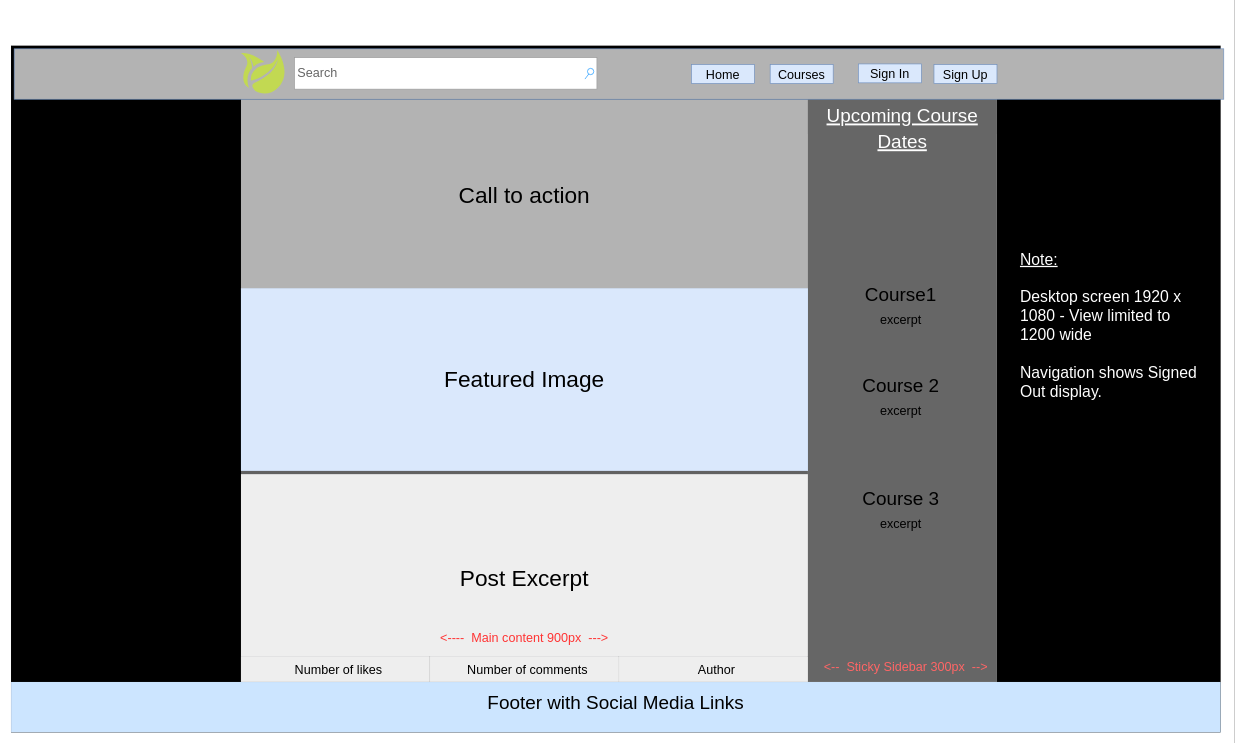
Above: design/wireframes/homepage_desktop.drawio in CheyenneMDavid/foraging-link-ui (draw.io), before the change. Source tidied: cells renumbered, new cells numbered last; positions are measured from the earlier drawing's top-left corner, leaving out a move shared by most shapes. Both pictures are drawn from the tidied source at 63%, with x=0, y=0 at pixel (11, 11).
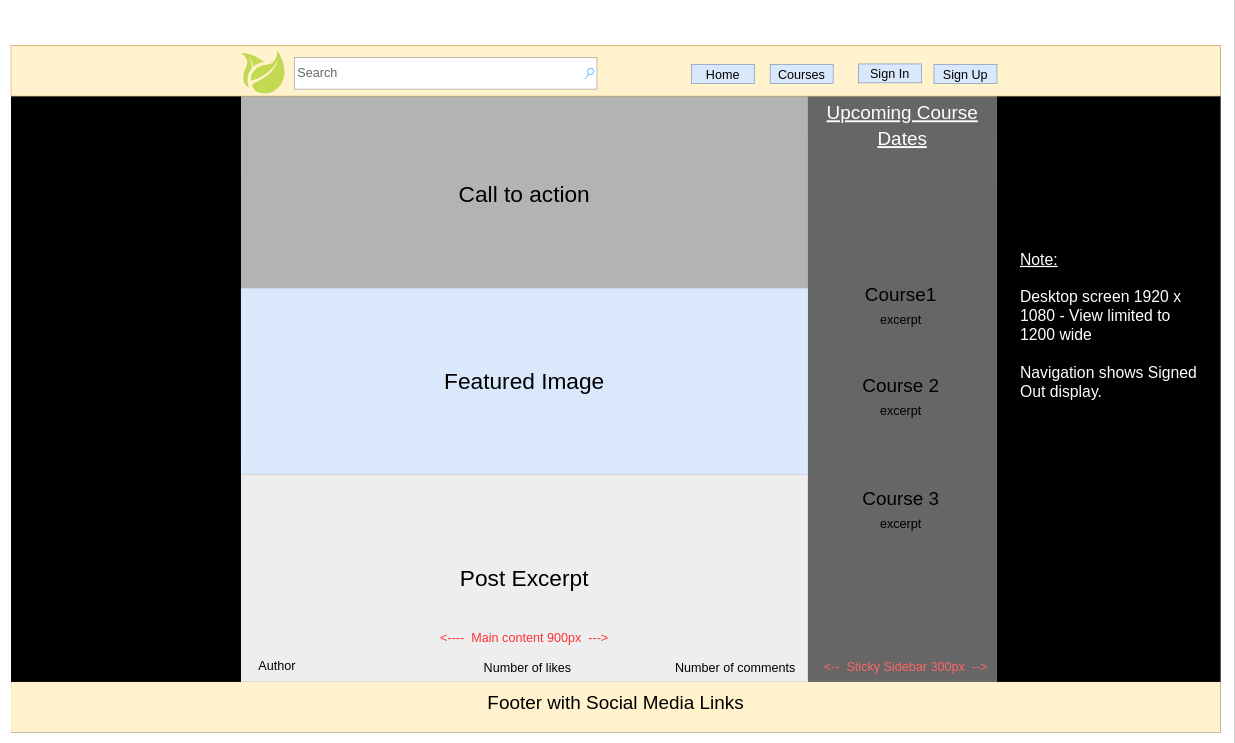
After the change.

Diff of the diagram source:
```diff
@@
-    <mxCell id="4" value="&#10;&lt;span style=&quot;color: rgb(0, 0, 0); font-family: Helvetica; font-size: 30px; font-style: normal; font-variant-ligatures: normal; font-variant-caps: normal; font-weight: 400; letter-spacing: normal; orphans: 2; text-indent: 0px; text-transform: none; widows: 2; word-spacing: 0px; -webkit-text-stroke-width: 0px; text-decoration-thickness: initial; text-decoration-style: initial; text-decoration-color: initial; float: none; display: inline !important;&quot;&gt;Footer with Social Media Links&lt;/span&gt;&#10;&#10;" style="rounded=0;whiteSpace=wrap;html=1;strokeWidth=0;align=center;verticalAlign=middle;labelPosition=center;verticalLabelPosition=middle;strokeColor=#36393d;fillColor=#cce5ff;labelBackgroundColor=none;" parent="1" vertex="1">
+    <mxCell id="4" value="&#10;&lt;span style=&quot;color: rgb(0, 0, 0); font-family: Helvetica; font-size: 30px; font-style: normal; font-variant-ligatures: normal; font-variant-caps: normal; font-weight: 400; letter-spacing: normal; orphans: 2; text-indent: 0px; text-transform: none; widows: 2; word-spacing: 0px; -webkit-text-stroke-width: 0px; text-decoration-thickness: initial; text-decoration-style: initial; text-decoration-color: initial; float: none; display: inline !important;&quot;&gt;Footer with Social Media Links&lt;/span&gt;&#10;&#10;" style="rounded=0;whiteSpace=wrap;html=1;strokeWidth=0;align=center;verticalAlign=middle;labelPosition=center;verticalLabelPosition=middle;strokeColor=#d6b656;fillColor=#fff2cc;labelBackgroundColor=none;" parent="1" vertex="1">
       <mxGeometry y="1065" width="1920" height="80" as="geometry" />
     </mxCell>
     <mxCell id="5" value="&lt;span style=&quot;font-size: 36px;&quot;&gt;&lt;font color=&quot;#000000&quot;&gt;Call to action&lt;/font&gt;&lt;/span&gt;" style="rounded=0;whiteSpace=wrap;html=1;strokeColor=default;strokeWidth=0;fontSize=20;fillColor=#B3B3B3;gradientColor=none;fontColor=#FFFFFF;" parent="1" vertex="1">
-      <mxGeometry x="365" y="140" width="900" height="305" as="geometry" />
+      <mxGeometry x="365" y="135" width="900" height="310" as="geometry" />
     </mxCell>
@@
     <mxCell id="7" value="&lt;div style=&quot;line-height: 160%;&quot;&gt;&lt;span style=&quot;background-color: initial;&quot;&gt;&lt;font style=&quot;font-size: 30px;&quot;&gt;&lt;u&gt;Upcoming Course Dates&lt;/u&gt;&lt;/font&gt;&lt;/span&gt;&lt;/div&gt;" style="rounded=0;whiteSpace=wrap;html=1;strokeColor=#FFFFFF;strokeWidth=0;fontSize=25;fillColor=#666666;verticalAlign=top;align=center;horizontal=1;gradientColor=none;fontColor=#FFFFFF;" parent="1" vertex="1">
-      <mxGeometry x="1265" y="140" width="300" height="925" as="geometry" />
+      <mxGeometry x="1265" y="135" width="300" height="930" as="geometry" />
     </mxCell>
     <mxCell id="8" value="&lt;font style=&quot;font-size: 36px;&quot;&gt;Featured Image&lt;/font&gt;" style="rounded=0;whiteSpace=wrap;html=1;strokeColor=#6c8ebf;strokeWidth=0;fillColor=#dae8fc;" parent="1" vertex="1">
-      <mxGeometry x="365" y="440" width="900" height="290" as="geometry" />
+      <mxGeometry x="365" y="440" width="900" height="295" as="geometry" />
     </mxCell>
-    <mxCell id="9" value="Author" style="rounded=0;whiteSpace=wrap;html=1;strokeColor=#36393d;strokeWidth=0;fontSize=20;fillColor=#eeeeee;align=center;spacingLeft=10;verticalAlign=middle;" parent="1" vertex="1">
-      <mxGeometry x="965" y="1025" width="300" height="40" as="geometry" />
+    <mxCell id="9" value="Author" style="rounded=0;whiteSpace=wrap;html=1;strokeColor=none;strokeWidth=0;fontSize=20;fillColor=#eeeeee;align=center;spacingLeft=10;verticalAlign=middle;" parent="1" vertex="1">
+      <mxGeometry x="370" y="1017.5" width="95" height="40" as="geometry" />
     </mxCell>
-    <mxCell id="10" value="Number of likes" style="rounded=0;whiteSpace=wrap;html=1;strokeColor=#36393d;strokeWidth=0;fontSize=20;fillColor=#eeeeee;align=center;spacingLeft=10;verticalAlign=middle;" parent="1" vertex="1">
-      <mxGeometry x="365" y="1025" width="300" height="40" as="geometry" />
+    <mxCell id="10" value="Number of likes" style="rounded=0;whiteSpace=wrap;html=1;strokeColor=none;strokeWidth=0;fontSize=20;fillColor=#eeeeee;align=center;spacingLeft=10;verticalAlign=middle;" parent="1" vertex="1">
+      <mxGeometry x="665" y="1021" width="300" height="40" as="geometry" />
     </mxCell>
-    <mxCell id="11" value="Number of comments" style="rounded=0;whiteSpace=wrap;html=1;strokeColor=#36393d;strokeWidth=0;fontSize=20;fillColor=#eeeeee;align=center;spacingLeft=10;verticalAlign=middle;" parent="1" vertex="1">
-      <mxGeometry x="665" y="1025" width="300" height="40" as="geometry" />
+    <mxCell id="11" value="Number of comments" style="rounded=0;whiteSpace=wrap;html=1;strokeColor=none;strokeWidth=0;fontSize=20;fillColor=#eeeeee;align=center;spacingLeft=10;verticalAlign=middle;" parent="1" vertex="1">
+      <mxGeometry x="1040" y="1021" width="210" height="40" as="geometry" />
     </mxCell>
-    <mxCell id="12" value="&lt;span style=&quot;&quot;&gt;&lt;br&gt;&lt;/span&gt;" style="text;html=1;align=center;verticalAlign=top;strokeColor=none;fillColor=none;fontSize=25;horizontal=1;strokeWidth=0;rounded=0;fontColor=#000000;" parent="1" vertex="1">
-      <mxGeometry x="858" width="20" height="45" as="geometry" />
-    </mxCell>
@@
-    <mxCell id="16" style="rounded=0;whiteSpace=wrap;html=1;fillColor=#B3B3B3;strokeColor=#6c8ebf;" parent="1" vertex="1">
-      <mxGeometry x="5" y="60" width="1920" height="80" as="geometry" />
+    <mxCell id="16" style="rounded=0;whiteSpace=wrap;html=1;fillColor=#fff2cc;strokeColor=#d6b656;" parent="1" vertex="1">
+      <mxGeometry y="55" width="1920" height="80" as="geometry" />
     </mxCell>
```
